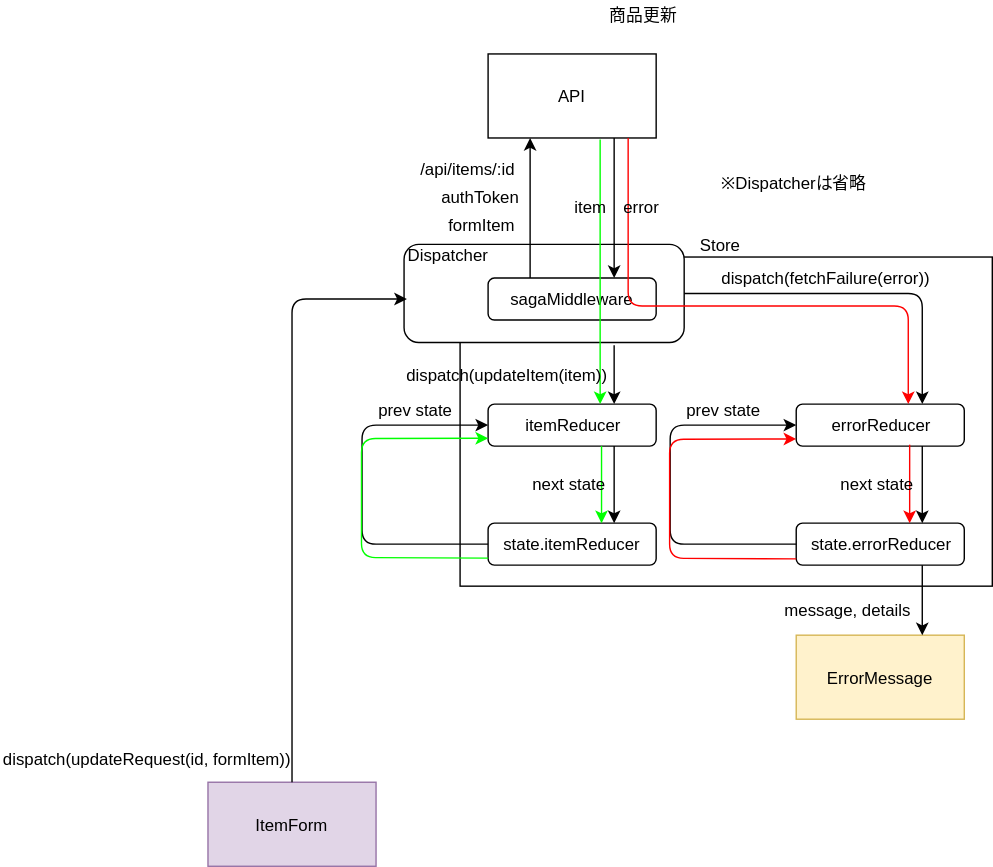
Earlier version of the draw.io export diagram/dataFlow/update.svg (emgniddikur/react-app). Source tidied: cells renumbered, new cells last; positions are measured from the earlier drawing's top-left corner, leaving out a move shared by most shapes.
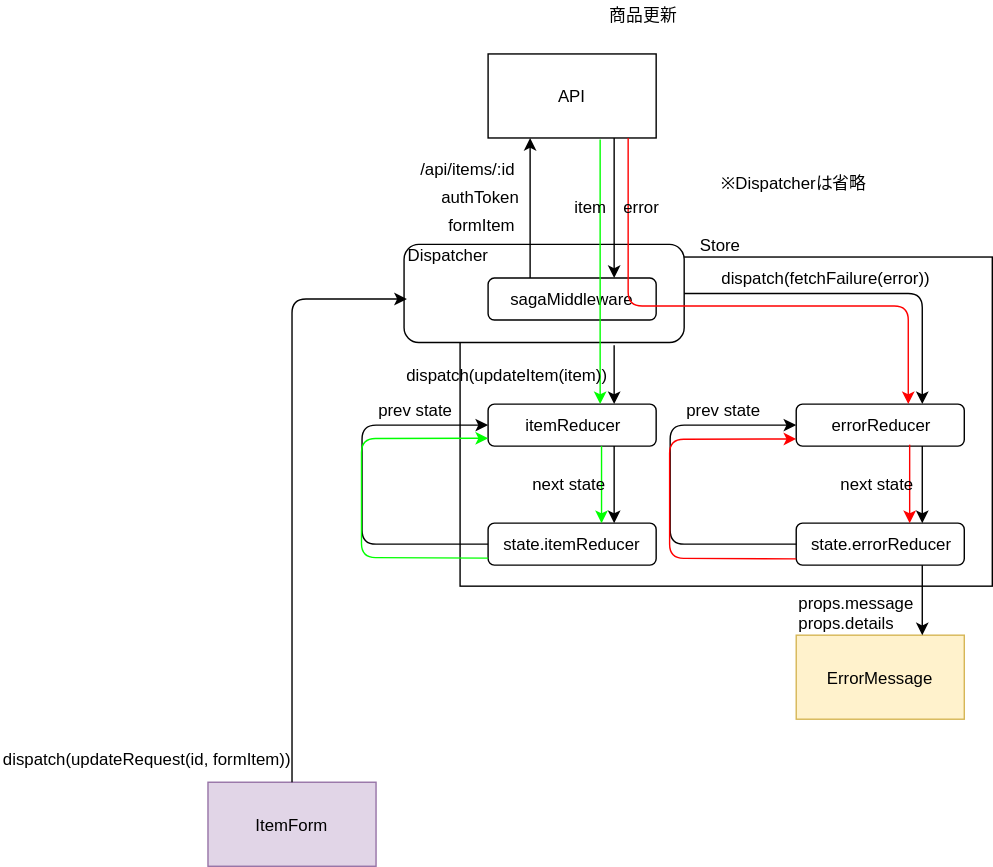
The same diagram one commit later.

Change to the diagram source:
```diff
@@ -100,9 +100,6 @@
     <mxCell id="26" style="endArrow=classic;html=1;entryX=0.75;entryY=0;entryDx=0;entryDy=0;exitX=0.75;exitY=1;exitDx=0;exitDy=0;" parent="1" edge="1" source="18" target="25">
       <mxGeometry relative="1" as="geometry" />
     </mxCell>
-    <mxCell id="27" value="message, details&lt;br&gt;" style="text;html=1;align=left;verticalAlign=top;spacingTop=-4;" parent="1" vertex="1">
-      <mxGeometry x="558" y="425.5" width="110" height="20" as="geometry" />
-    </mxCell>
     <mxCell id="28" style="endArrow=classic;html=1;exitX=0.5;exitY=0;exitDx=0;exitDy=0;" parent="1" edge="1" source="24">
       <mxGeometry relative="1" as="geometry">
         <mxPoint x="290" y="213" as="targetPoint" />
@@ -180,5 +177,8 @@
     <mxCell id="43" value="Store" style="text;html=1;strokeColor=none;fillColor=none;align=center;verticalAlign=middle;whiteSpace=wrap;rounded=0;" parent="1" vertex="1">
       <mxGeometry x="493" y="164" width="40" height="20" as="geometry" />
     </mxCell>
+    <mxCell id="44" value="props.message&lt;br&gt;props.details&lt;br&gt;" style="text;html=1;align=left;verticalAlign=top;spacingTop=-4;" parent="1" vertex="1">
+      <mxGeometry x="568" y="420.5" width="100" height="30" as="geometry" />
+    </mxCell>
   </root>
 </mxGraphModel>
```
